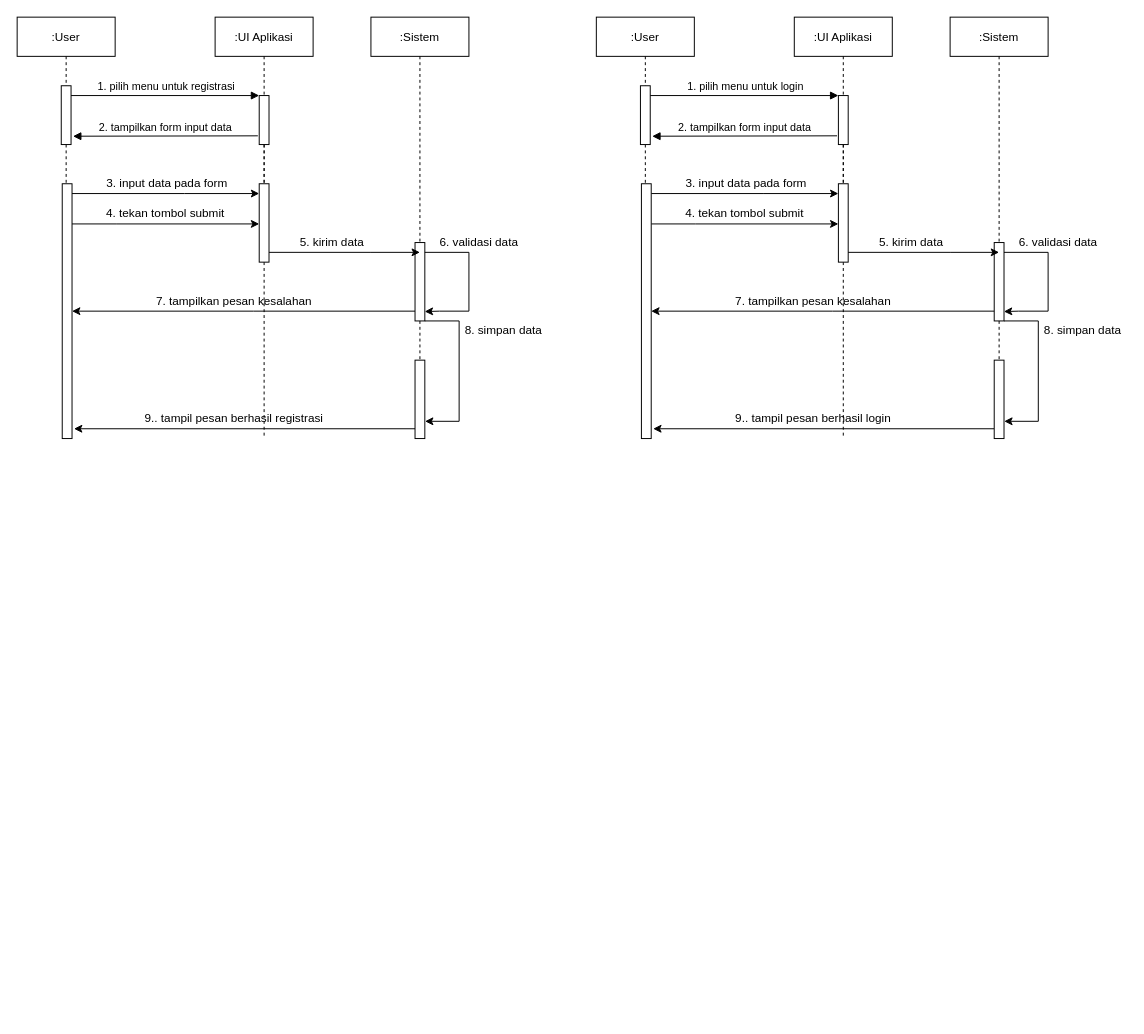
ricky3knowhere/IF214002 keeps this draw.io diagram as sequenceDiagram.drawio. Above is the earlier version. Source tidied: cells renumbered, new cells numbered last; positions are measured from the earlier drawing's top-left corner, leaving out a move shared by most shapes. Both pictures are drawn from the tidied source at 98%, with x=0, y=0 at pixel (17, 17).
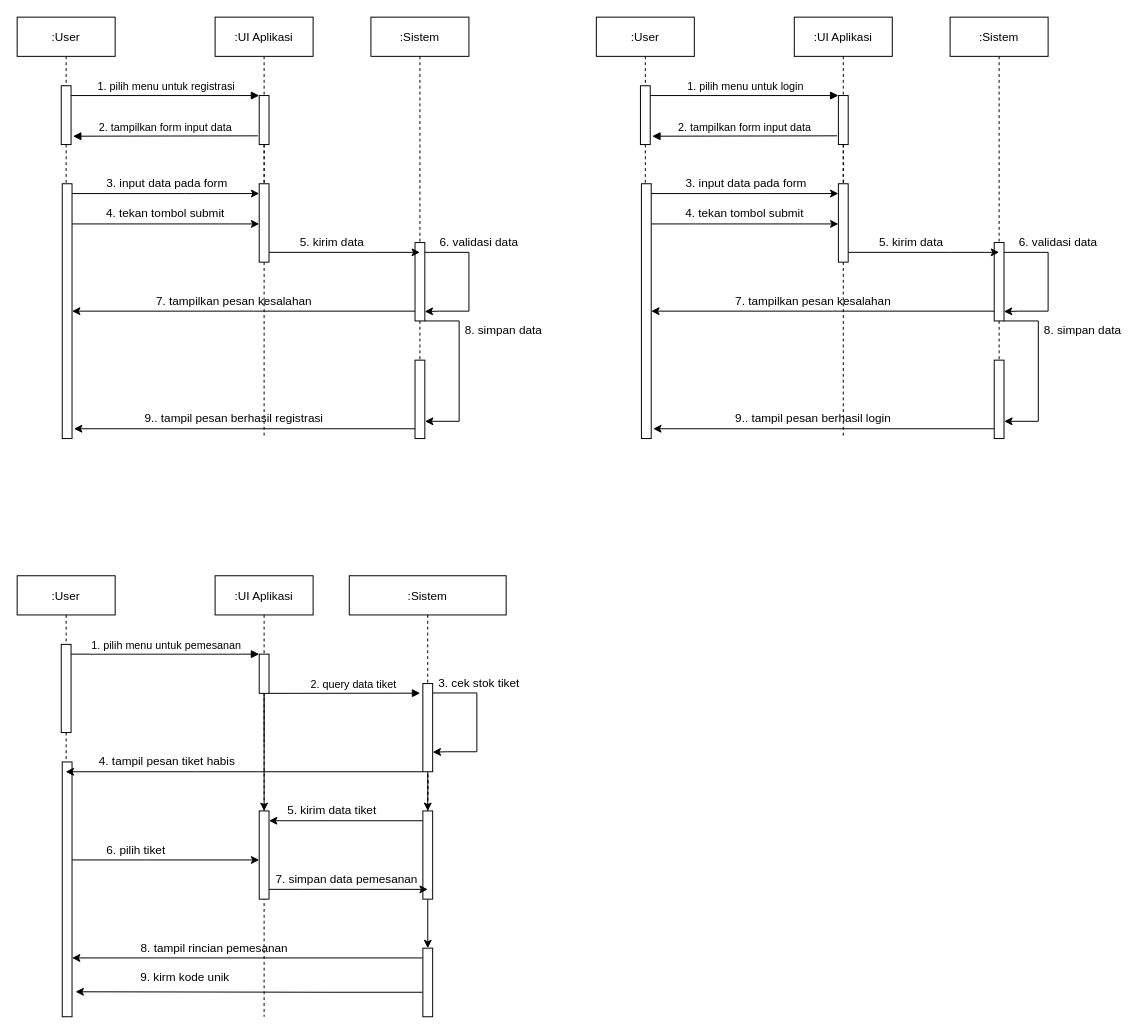
The same diagram, later.

What changed in the source:
```diff
@@
+    <mxCell id="56" value=":User" style="shape=umlLifeline;perimeter=lifelinePerimeter;rounded=0;shadow=0;strokeWidth=1;" parent="1" vertex="1">
+      <mxGeometry y="570" width="100" height="450" as="geometry" />
+    </mxCell>
+    <mxCell id="57" style="points=[];perimeter=orthogonalPerimeter;rounded=0;shadow=0;strokeWidth=1;" parent="56" vertex="1">
+      <mxGeometry x="45" y="70" width="10" height="90" as="geometry" />
+    </mxCell>
+    <mxCell id="58" style="points=[];perimeter=orthogonalPerimeter;rounded=0;shadow=0;strokeWidth=1;" parent="56" vertex="1">
+      <mxGeometry x="46" y="190" width="10" height="260" as="geometry" />
+    </mxCell>
+    <mxCell id="59" value=":UI Aplikasi" style="shape=umlLifeline;perimeter=lifelinePerimeter;rounded=0;shadow=0;strokeWidth=1;" parent="1" vertex="1">
+      <mxGeometry x="202" y="570" width="100" height="450" as="geometry" />
+    </mxCell>
+    <mxCell id="60" style="points=[];perimeter=orthogonalPerimeter;rounded=0;shadow=0;strokeWidth=1;" parent="59" vertex="1">
+      <mxGeometry x="45" y="80" width="10" height="40" as="geometry" />
+    </mxCell>
+    <mxCell id="61" style="edgeStyle=orthogonalEdgeStyle;rounded=0;jettySize=auto;html=1;dashed=1;endArrow=none;endFill=0;" parent="59" edge="1" source="60">
+      <mxGeometry relative="1" as="geometry">
+        <mxPoint x="50" y="170" as="targetPoint" />
+      </mxGeometry>
+    </mxCell>
+    <mxCell id="62" style="points=[];perimeter=orthogonalPerimeter;rounded=0;shadow=0;strokeWidth=1;" parent="59" vertex="1">
+      <mxGeometry x="45" y="240" width="10" height="90" as="geometry" />
+    </mxCell>
+    <mxCell id="63" style="edgeStyle=orthogonalEdgeStyle;rounded=0;jettySize=auto;html=1;endArrow=classic;endFill=1;" parent="59" edge="1" source="60" target="62">
+      <mxGeometry relative="1" as="geometry" />
+    </mxCell>
+    <mxCell id="64" value=" 1. pilih menu untuk pemesanan" style="verticalAlign=bottom;endArrow=block;entryX=0;entryY=0;shadow=0;strokeWidth=1;" parent="1" edge="1" source="57" target="60">
+      <mxGeometry relative="1" as="geometry" />
+    </mxCell>
+    <mxCell id="65" value="2. query data tiket" style="verticalAlign=bottom;endArrow=block;shadow=0;strokeWidth=1;entryX=-0.267;entryY=0.109;entryDx=0;entryDy=0;entryPerimeter=0;" parent="1" edge="1" target="71">
+      <mxGeometry x="0.13" relative="1" as="geometry">
+        <mxPoint x="256.5" y="690" as="sourcePoint" />
+      </mxGeometry>
+    </mxCell>
+    <mxCell id="66" value=":Sistem" style="shape=umlLifeline;perimeter=lifelinePerimeter;rounded=0;shadow=0;strokeWidth=1;" parent="1" vertex="1">
+      <mxGeometry x="338.9" y="570" width="160.1" height="310" as="geometry" />
+    </mxCell>
+    <mxCell id="67" value="&amp;nbsp;4. tampil pesan tiket habis" style="text;html=1;align=center;verticalAlign=middle;strokeColor=none;fillColor=none;" parent="1" vertex="1">
+      <mxGeometry x="71" y="750" width="160" height="20" as="geometry" />
+    </mxCell>
+    <mxCell id="68" style="edgeStyle=orthogonalEdgeStyle;rounded=0;jettySize=auto;html=1;endArrow=classic;endFill=1;" parent="1" edge="1" source="71" target="56">
+      <mxGeometry relative="1" as="geometry">
+        <Array as="points">
+          <mxPoint x="181" y="770" />
+          <mxPoint x="181" y="770" />
+        </Array>
+      </mxGeometry>
+    </mxCell>
+    <mxCell id="69" style="edgeStyle=orthogonalEdgeStyle;rounded=0;jettySize=auto;html=1;dashed=1;endArrow=none;endFill=0;" parent="1" edge="1" target="71">
+      <mxGeometry relative="1" as="geometry">
+        <mxPoint x="419" y="800" as="sourcePoint" />
+      </mxGeometry>
+    </mxCell>
+    <mxCell id="70" style="edgeStyle=orthogonalEdgeStyle;rounded=0;jettySize=auto;html=1;endArrow=classic;endFill=1;" parent="1" edge="1" source="71" target="76">
+      <mxGeometry relative="1" as="geometry" />
+    </mxCell>
+    <mxCell id="71" style="points=[];perimeter=orthogonalPerimeter;rounded=0;shadow=0;strokeWidth=1;" parent="1" vertex="1">
+      <mxGeometry x="414" y="680" width="10" height="90" as="geometry" />
+    </mxCell>
+    <mxCell id="72" style="edgeStyle=orthogonalEdgeStyle;rounded=0;orthogonalLoop=1;jettySize=auto;html=1;entryX=0.989;entryY=0.88;entryDx=0;entryDy=0;entryPerimeter=0;" parent="1" edge="1">
+      <mxGeometry relative="1" as="geometry">
+        <mxPoint x="424.1" y="689.6" as="sourcePoint" />
+        <mxPoint x="424" y="750" as="targetPoint" />
+        <Array as="points">
+          <mxPoint x="469.1" y="689.6" />
+          <mxPoint x="469.1" y="749.6" />
+          <mxPoint x="439.1" y="749.6" />
+        </Array>
+      </mxGeometry>
+    </mxCell>
+    <mxCell id="73" value="3. cek stok tiket" style="text;html=1;align=center;verticalAlign=middle;strokeColor=none;fillColor=none;" parent="1" vertex="1">
+      <mxGeometry x="421.1" y="669.6" width="100" height="20" as="geometry" />
+    </mxCell>
+    <mxCell id="74" style="edgeStyle=orthogonalEdgeStyle;rounded=0;jettySize=auto;html=1;endArrow=classic;endFill=1;" parent="1" edge="1" source="76" target="62">
+      <mxGeometry relative="1" as="geometry">
+        <Array as="points">
+          <mxPoint x="311" y="820" />
+          <mxPoint x="311" y="820" />
+        </Array>
+      </mxGeometry>
+    </mxCell>
+    <mxCell id="75" style="edgeStyle=orthogonalEdgeStyle;rounded=0;jettySize=auto;html=1;endArrow=classic;endFill=1;" parent="1" edge="1" source="76" target="84">
+      <mxGeometry relative="1" as="geometry" />
+    </mxCell>
+    <mxCell id="76" style="points=[];perimeter=orthogonalPerimeter;rounded=0;shadow=0;strokeWidth=1;" parent="1" vertex="1">
+      <mxGeometry x="414" y="810" width="10" height="90" as="geometry" />
+    </mxCell>
+    <mxCell id="77" value="5. kirim data tiket" style="text;html=1;align=center;verticalAlign=middle;strokeColor=none;fillColor=none;" parent="1" vertex="1">
+      <mxGeometry x="266" y="800" width="110" height="20" as="geometry" />
+    </mxCell>
+    <mxCell id="78" style="edgeStyle=orthogonalEdgeStyle;rounded=0;jettySize=auto;html=1;endArrow=classic;endFill=1;" parent="1" edge="1" source="58" target="62">
+      <mxGeometry relative="1" as="geometry">
+        <Array as="points">
+          <mxPoint x="131" y="860" />
+          <mxPoint x="131" y="860" />
+        </Array>
+      </mxGeometry>
+    </mxCell>
+    <mxCell id="79" value="6. pilih tiket" style="text;html=1;align=center;verticalAlign=middle;strokeColor=none;fillColor=none;" parent="1" vertex="1">
+      <mxGeometry x="81" y="840" width="80" height="20" as="geometry" />
+    </mxCell>
+    <mxCell id="80" style="edgeStyle=orthogonalEdgeStyle;rounded=0;jettySize=auto;html=1;entryX=0.501;entryY=0.889;entryDx=0;entryDy=0;entryPerimeter=0;endArrow=classic;endFill=1;" parent="1" edge="1" source="62" target="76">
+      <mxGeometry relative="1" as="geometry">
+        <Array as="points">
+          <mxPoint x="291" y="890" />
+          <mxPoint x="291" y="890" />
+        </Array>
+      </mxGeometry>
+    </mxCell>
+    <mxCell id="81" value="7. simpan data pemesanan" style="text;html=1;align=center;verticalAlign=middle;strokeColor=none;fillColor=none;" parent="1" vertex="1">
+      <mxGeometry x="256" y="870" width="160" height="20" as="geometry" />
+    </mxCell>
+    <mxCell id="82" style="edgeStyle=orthogonalEdgeStyle;rounded=0;jettySize=auto;html=1;endArrow=classic;endFill=1;" parent="1" edge="1" source="84" target="58">
+      <mxGeometry relative="1" as="geometry">
+        <Array as="points">
+          <mxPoint x="141" y="960" />
+          <mxPoint x="141" y="960" />
+        </Array>
+      </mxGeometry>
+    </mxCell>
+    <mxCell id="83" style="edgeStyle=orthogonalEdgeStyle;rounded=0;jettySize=auto;html=1;entryX=1.359;entryY=0.902;entryDx=0;entryDy=0;entryPerimeter=0;endArrow=classic;endFill=1;" parent="1" edge="1" source="84" target="58">
+      <mxGeometry relative="1" as="geometry">
+        <Array as="points">
+          <mxPoint x="321" y="995" />
+          <mxPoint x="321" y="995" />
+        </Array>
+      </mxGeometry>
+    </mxCell>
+    <mxCell id="84" style="points=[];perimeter=orthogonalPerimeter;rounded=0;shadow=0;strokeWidth=1;" parent="1" vertex="1">
+      <mxGeometry x="414" y="950" width="10" height="70" as="geometry" />
+    </mxCell>
+    <mxCell id="85" value="8. tampil rincian pemesanan" style="text;html=1;align=center;verticalAlign=middle;strokeColor=none;fillColor=none;" parent="1" vertex="1">
+      <mxGeometry x="116" y="940" width="170" height="20" as="geometry" />
+    </mxCell>
+    <mxCell id="86" value="9. kirm kode unik" style="text;html=1;align=center;verticalAlign=middle;strokeColor=none;fillColor=none;" parent="1" vertex="1">
+      <mxGeometry x="116" y="970" width="110" height="20" as="geometry" />
+    </mxCell>
```
